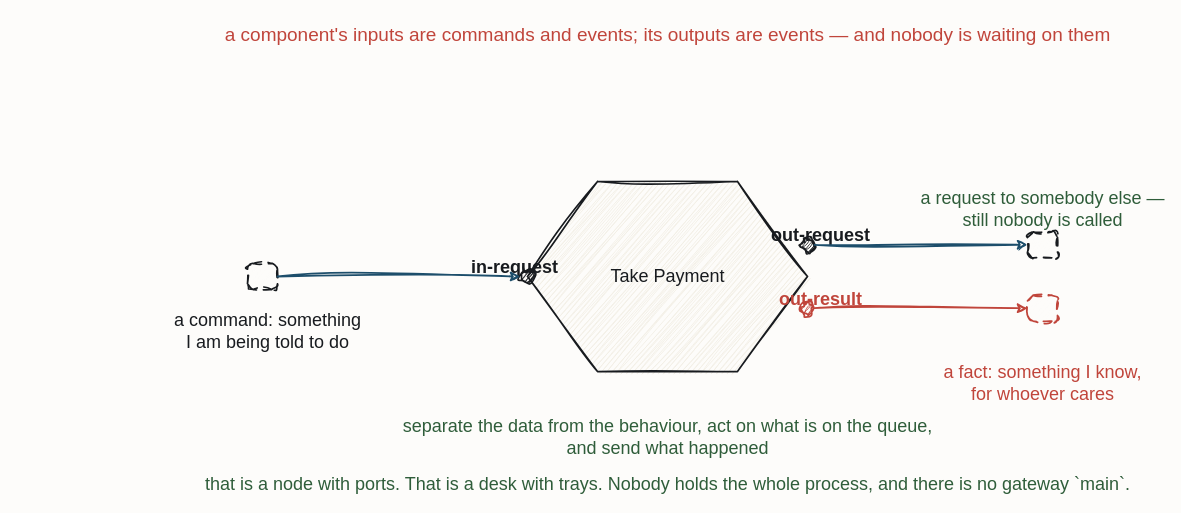
iancooper/practical-messaging keeps this draw.io diagram as resources/flow-command-event-ports.drawio. Above is the earlier version. Source tidied: cells renumbered, new cells numbered last; positions are measured from the earlier drawing's top-left corner, leaving out a move shared by most shapes. Both pictures are drawn from the tidied source at 100%, with x=0, y=0 at pixel (207, 17).
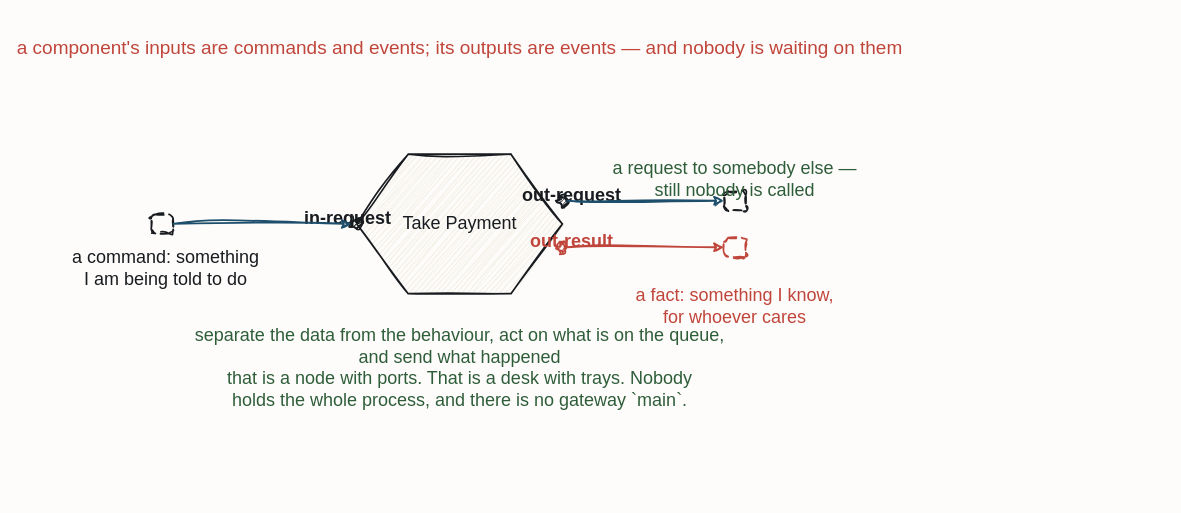
The same diagram, later.

Diff of the diagram source:
```diff
@@
     <mxCell id="2" value="a component's inputs are commands and events; its outputs are events — and nobody is waiting on them" style="text;html=1;align=center;fontFamily=Caveat;fontSize=19;fontColor=#C0453B;" parent="1" vertex="1">
-      <mxGeometry x="400" width="120" height="20" as="geometry" />
+      <mxGeometry x="192.1" y="13.1" width="120" height="20" as="geometry" />
     </mxCell>
     <mxCell id="3" value="Take Payment" style="sketch=1;hachureGap=4;jiggle=2;curveFitting=1;fontFamily=Caveat;html=1;shape=hexagon;perimeter=hexagonPerimeter2;strokeColor=#181B1F;strokeWidth=1.7;fillColor=#F3EFE6;fontColor=#181B1F;fontSize=18;" parent="1" vertex="1">
-      <mxGeometry x="320" y="164" width="280" height="190" as="geometry" />
+      <mxGeometry x="149.3" y="136.7" width="205.6" height="139.5" as="geometry" />
     </mxCell>
     <mxCell id="4" style="sketch=1;hachureGap=4;jiggle=2;curveFitting=1;fontFamily=Caveat;html=1;ellipse;verticalLabelPosition=bottom;verticalAlign=top;strokeColor=#181B1F;strokeWidth=1.7;fillColor=#181B1F;fontColor=#181B1F;fontSize=14;" parent="1" vertex="1">
-      <mxGeometry x="313" y="252" width="14" height="14" as="geometry" />
+      <mxGeometry x="144.1" y="201.3" width="10.3" height="10.3" as="geometry" />
     </mxCell>
     <mxCell id="5" value="in-request" style="text;html=1;align=center;fontFamily=Caveat;fontSize=18;fontColor=#181B1F;fontStyle=1;" parent="1" vertex="1">
-      <mxGeometry x="247" y="233" width="120" height="20" as="geometry" />
+      <mxGeometry x="79.7" y="184.2" width="120" height="20" as="geometry" />
     </mxCell>
     <mxCell id="6" style="sketch=1;hachureGap=4;jiggle=2;curveFitting=1;fontFamily=Caveat;html=1;ellipse;verticalLabelPosition=bottom;verticalAlign=top;strokeColor=#181B1F;strokeWidth=1.7;fillColor=#181B1F;fontColor=#181B1F;fontSize=14;" parent="1" vertex="1">
-      <mxGeometry x="593" y="220.3" width="14" height="14" as="geometry" />
+      <mxGeometry x="349.7" y="178.1" width="10.3" height="10.3" as="geometry" />
     </mxCell>
     <mxCell id="7" value="out-request" style="text;html=1;align=center;fontFamily=Caveat;fontSize=18;fontColor=#181B1F;fontStyle=1;" parent="1" vertex="1">
-      <mxGeometry x="553" y="201.3" width="120" height="20" as="geometry" />
+      <mxGeometry x="304.4" y="160.9" width="120" height="20" as="geometry" />
     </mxCell>
     <mxCell id="8" style="sketch=1;hachureGap=4;jiggle=2;curveFitting=1;fontFamily=Caveat;html=1;ellipse;verticalLabelPosition=bottom;verticalAlign=top;strokeColor=#C0453B;strokeWidth=1.7;fillColor=#C0453B;fontColor=#C0453B;fontSize=14;" parent="1" vertex="1">
-      <mxGeometry x="593" y="283.7" width="14" height="14" as="geometry" />
+      <mxGeometry x="349.7" y="224.6" width="10.3" height="10.3" as="geometry" />
     </mxCell>
     <mxCell id="9" value="out-result" style="text;html=1;align=center;fontFamily=Caveat;fontSize=18;fontColor=#C0453B;fontStyle=1;" parent="1" vertex="1">
-      <mxGeometry x="553" y="264.7" width="120" height="20" as="geometry" />
+      <mxGeometry x="304.4" y="207.4" width="120" height="20" as="geometry" />
     </mxCell>
     <mxCell id="10" style="sketch=1;hachureGap=4;jiggle=2;curveFitting=1;fontFamily=Caveat;html=1;rounded=1;arcSize=22;dashed=1;dashPattern=5 4;strokeColor=#181B1F;strokeWidth=1.7;fillColor=#FDFCFA;fontColor=#181B1F;fontSize=13;" parent="1" vertex="1">
-      <mxGeometry x="40" y="246" width="30" height="26" as="geometry" />
+      <mxGeometry x="-56.3" y="196.9" width="22" height="19.1" as="geometry" />
     </mxCell>
     <mxCell id="11" style="sketch=1;hachureGap=4;jiggle=2;curveFitting=1;fontFamily=Caveat;html=1;rounded=1;arcSize=22;dashed=1;dashPattern=5 4;strokeColor=#181B1F;strokeWidth=1.7;fillColor=#FDFCFA;fontColor=#181B1F;fontSize=13;" parent="1" vertex="1">
-      <mxGeometry x="820" y="214.3" width="30" height="26" as="geometry" />
+      <mxGeometry x="516.4" y="173.7" width="22" height="19.1" as="geometry" />
     </mxCell>
     <mxCell id="12" style="sketch=1;hachureGap=4;jiggle=2;curveFitting=1;fontFamily=Caveat;html=1;rounded=1;arcSize=22;dashed=1;dashPattern=5 4;strokeColor=#C0453B;strokeWidth=1.7;fillColor=#FDFCFA;fontColor=#C0453B;fontSize=13;" parent="1" vertex="1">
-      <mxGeometry x="820" y="277.7" width="30" height="26" as="geometry" />
+      <mxGeometry x="516.4" y="220.2" width="22" height="19.1" as="geometry" />
     </mxCell>
     <mxCell id="13" value="a command: something&#10;I am being told to do" style="text;html=1;align=center;fontFamily=Caveat;fontSize=18;fontColor=#181B1F;" parent="1" vertex="1">
-      <mxGeometry y="286" width="120" height="20" as="geometry" />
+      <mxGeometry x="-101.7" y="223.1" width="120" height="20" as="geometry" />
     </mxCell>
     <mxCell id="14" value="a request to somebody else —&#10;still nobody is called" style="text;html=1;align=center;fontFamily=Caveat;fontSize=18;fontColor=#2F5D3A;" parent="1" vertex="1">
-      <mxGeometry x="775" y="164" width="120" height="20" as="geometry" />
+      <mxGeometry x="467.4" y="133.5" width="120" height="20" as="geometry" />
     </mxCell>
     <mxCell id="15" value="a fact: something I know,&#10;for whoever cares" style="text;html=1;align=center;fontFamily=Caveat;fontSize=18;fontColor=#C0453B;" parent="1" vertex="1">
-      <mxGeometry x="775" y="338" width="120" height="20" as="geometry" />
+      <mxGeometry x="467.4" y="261.3" width="120" height="20" as="geometry" />
     </mxCell>
     <mxCell id="16" value="separate the data from the behaviour, act on what is on the queue,&#10;and send what happened" style="text;html=1;align=center;fontFamily=Caveat;fontSize=18;fontColor=#2F5D3A;" parent="1" vertex="1">
-      <mxGeometry x="400" y="392" width="120" height="20" as="geometry" />
+      <mxGeometry x="192.1" y="301" width="120" height="20" as="geometry" />
     </mxCell>
-    <mxCell id="17" value="that is a node with ports. That is a desk with trays. Nobody holds the whole process, and there is no gateway `main`." style="text;html=1;align=center;fontFamily=Caveat;fontSize=18;fontColor=#2F5D3A;" parent="1" vertex="1">
-      <mxGeometry x="400" y="450" width="120" height="20" as="geometry" />
+    <mxCell id="17" value="that is a node with ports. That is a desk with trays. Nobody&#10;holds the whole process, and there is no gateway `main`." style="text;html=1;align=center;fontFamily=Caveat;fontSize=18;fontColor=#2F5D3A;" parent="1" vertex="1">
+      <mxGeometry x="192.1" y="343.5" width="120" height="20" as="geometry" />
     </mxCell>
```
